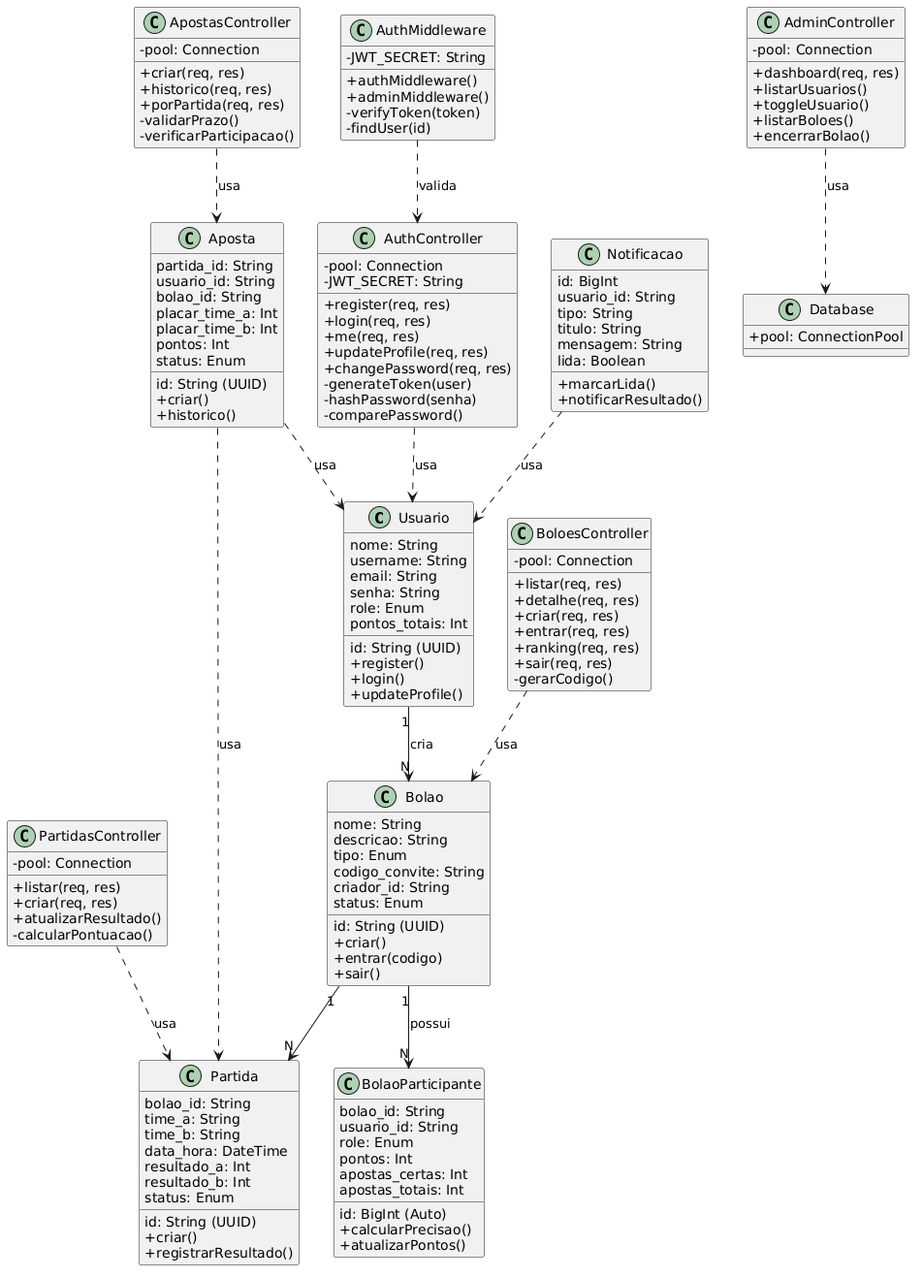
Above: docs/Diagramas/Diagrama de Classe/Fase de Projeto/Diagrama de Classe fase Projeto novo.png in Engenharia-de-Software2/bolinho (PlantUML), before the change.
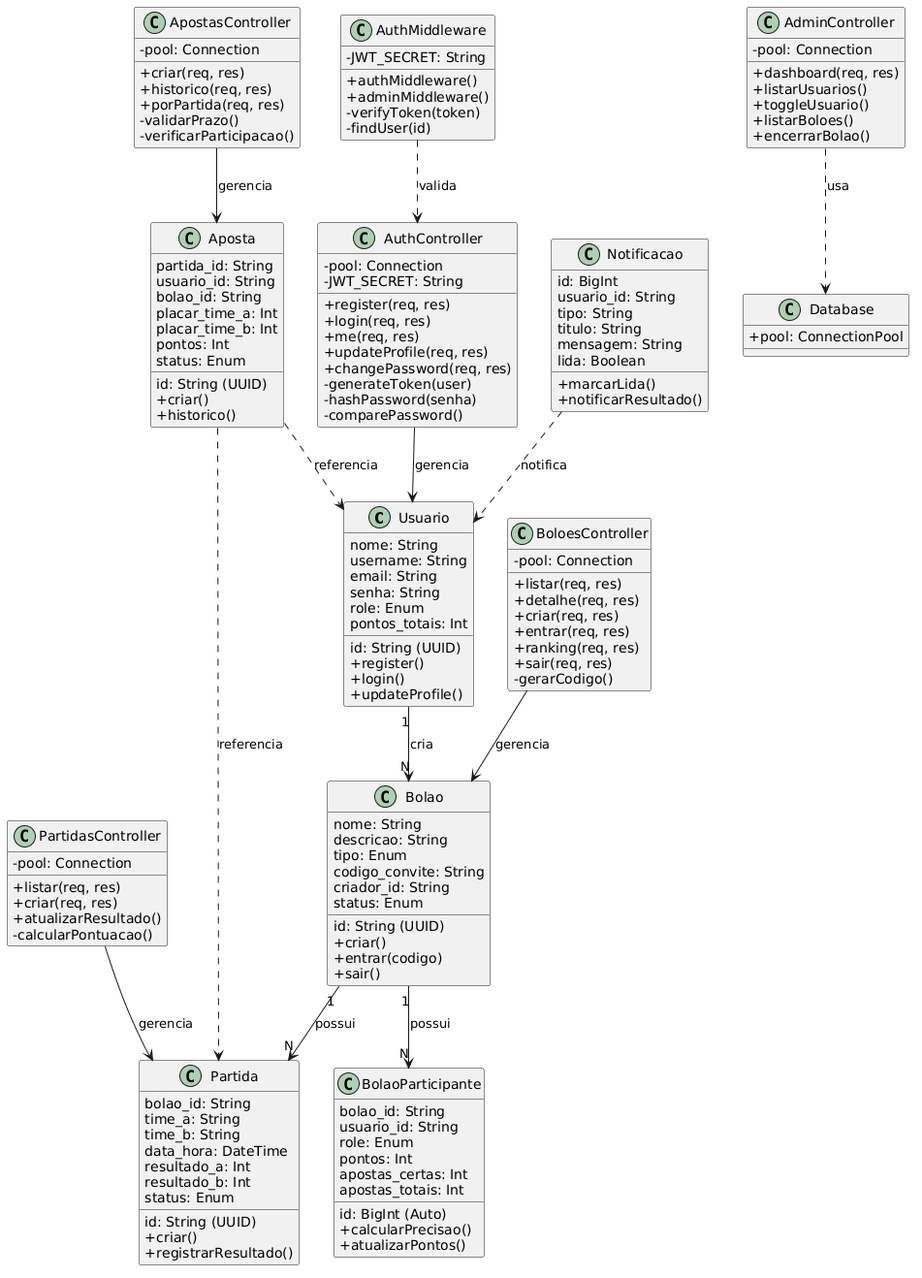
The same file after the commit.

Commit message:
[T7] Conserta diagrama de classes da fase de análise

Diff of the diagram source:
```diff
@@ -140,15 +140,16 @@
 
 Usuario "1" --> "N" Bolao : cria
 Bolao "1" --> "N" BolaoParticipante : possui
-Bolao "1" --> "N" Partida
+Bolao "1" --> "N" Partida : possui
 
-AuthController ..> Usuario : usa
+AuthController --> Usuario : gerencia
+BoloesController --> Bolao : gerencia
+PartidasController --> Partida : gerencia
+ApostasController --> Aposta : gerencia
+
 AuthMiddleware ..> AuthController : valida
-BoloesController ..> Bolao : usa
-PartidasController ..> Partida : usa
-ApostasController ..> Aposta : usa
-Aposta ..> Partida : usa
-Aposta ..> Usuario : usa
+Aposta ..> Partida : referencia
+Aposta ..> Usuario : referencia
 AdminController ..> Database : usa
-Notificacao ..> Usuario : usa
+Notificacao ..> Usuario : notifica
 @enduml
```
